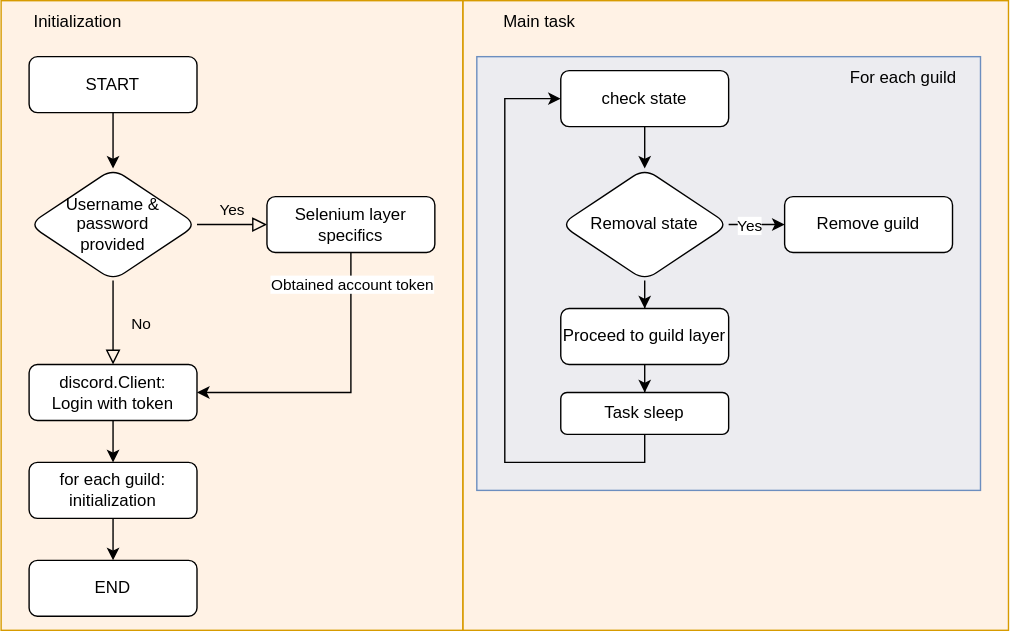
This is docs/thesis/images/daf-account-layer-flowchart.svg from davidhozic/discord-advertisement-framework, a draw.io export, as it was before one commit. Source tidied: cells renumbered, new cells last; positions are measured from the earlier drawing's top-left corner, leaving out a move shared by most shapes.
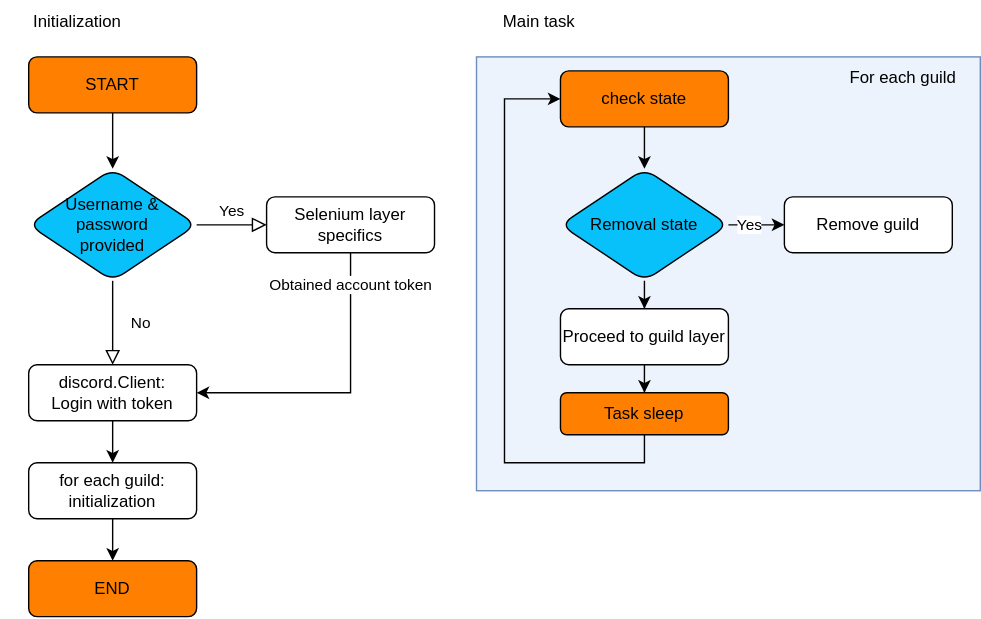
After the change.

Commit message:
message layer

Change to the diagram source:
```diff
@@ -2,16 +2,10 @@
   <root>
     <mxCell id="0" />
     <mxCell id="1" parent="0" />
-    <mxCell id="2" style="rounded=0;whiteSpace=wrap;html=1;fillOpacity=50;align=left;fillColor=#ffe6cc;strokeColor=#d79b00;" parent="1" vertex="1">
-      <mxGeometry x="330" width="390" height="450" as="geometry" />
-    </mxCell>
-    <mxCell id="3" style="rounded=0;whiteSpace=wrap;html=1;fillOpacity=50;align=left;fillColor=#ffe6cc;strokeColor=#d79b00;" parent="1" vertex="1">
-      <mxGeometry width="330" height="450" as="geometry" />
-    </mxCell>
     <mxCell id="4" style="edgeStyle=orthogonalEdgeStyle;rounded=0;jettySize=auto;html=1;exitX=0.5;exitY=1;exitDx=0;exitDy=0;entryX=0.5;entryY=0;entryDx=0;entryDy=0;" parent="1" edge="1" source="5" target="16">
       <mxGeometry relative="1" as="geometry" />
     </mxCell>
-    <mxCell id="5" value="START" style="rounded=1;whiteSpace=wrap;html=1;fontSize=12;glass=0;strokeWidth=1;shadow=0;" parent="1" vertex="1">
+    <mxCell id="5" value="START" style="rounded=1;whiteSpace=wrap;html=1;fontSize=12;glass=0;strokeWidth=1;shadow=0;fillColor=#FF8000;" parent="1" vertex="1">
       <mxGeometry x="20" y="40" width="120" height="40" as="geometry" />
     </mxCell>
     <mxCell id="6" value="No" style="rounded=0;html=1;jettySize=auto;fontSize=11;endArrow=block;endFill=0;endSize=8;strokeWidth=1;shadow=0;labelBackgroundColor=none;edgeStyle=orthogonalEdgeStyle;entryX=0.5;entryY=0;entryDx=0;entryDy=0;exitX=0.5;exitY=1;exitDx=0;exitDy=0;" parent="1" edge="1" source="16" target="12">
@@ -55,7 +49,7 @@
         <mxPoint x="390" y="130" as="targetPoint" />
       </mxGeometry>
     </mxCell>
-    <mxCell id="16" value="&lt;font style=&quot;font-size: 12px;&quot;&gt;Username &amp;amp; password&lt;br&gt;provided&lt;/font&gt;" style="rhombus;whiteSpace=wrap;html=1;rounded=1;glass=0;strokeWidth=1;shadow=0;" parent="1" vertex="1">
+    <mxCell id="16" value="&lt;font style=&quot;font-size: 12px;&quot;&gt;Username &amp;amp; password&lt;br&gt;provided&lt;/font&gt;" style="rhombus;whiteSpace=wrap;html=1;rounded=1;glass=0;strokeWidth=1;shadow=0;fillColor=#08C1FA;" parent="1" vertex="1">
       <mxGeometry x="20" y="120" width="120" height="80" as="geometry" />
     </mxCell>
     <mxCell id="17" style="rounded=0;whiteSpace=wrap;html=1;fillOpacity=50;align=left;fillColor=#dae8fc;strokeColor=#6c8ebf;" parent="1" vertex="1">
@@ -64,7 +58,7 @@
     <mxCell id="18" style="edgeStyle=orthogonalEdgeStyle;rounded=0;jettySize=auto;html=1;" parent="1" edge="1" source="19" target="23">
       <mxGeometry relative="1" as="geometry" />
     </mxCell>
-    <mxCell id="19" value="check state" style="whiteSpace=wrap;html=1;rounded=1;glass=0;strokeWidth=1;shadow=0;" parent="1" vertex="1">
+    <mxCell id="19" value="check state" style="whiteSpace=wrap;html=1;rounded=1;glass=0;strokeWidth=1;shadow=0;fillColor=#FF8000;" parent="1" vertex="1">
       <mxGeometry x="400" y="50" width="120" height="40" as="geometry" />
     </mxCell>
     <mxCell id="20" style="edgeStyle=orthogonalEdgeStyle;rounded=0;jettySize=auto;html=1;" parent="1" edge="1" source="23" target="24">
@@ -76,7 +70,7 @@
     <mxCell id="22" style="edgeStyle=orthogonalEdgeStyle;rounded=0;jettySize=auto;html=1;" parent="1" edge="1" source="23" target="26">
       <mxGeometry relative="1" as="geometry" />
     </mxCell>
-    <mxCell id="23" value="Removal state" style="rhombus;whiteSpace=wrap;html=1;rounded=1;glass=0;strokeWidth=1;shadow=0;" parent="1" vertex="1">
+    <mxCell id="23" value="Removal state" style="rhombus;whiteSpace=wrap;html=1;rounded=1;glass=0;strokeWidth=1;shadow=0;fillColor=#08C1FA;" parent="1" vertex="1">
       <mxGeometry x="400" y="120" width="120" height="80" as="geometry" />
     </mxCell>
     <mxCell id="24" value="Remove guild" style="whiteSpace=wrap;html=1;rounded=1;glass=0;strokeWidth=1;shadow=0;" parent="1" vertex="1">
@@ -97,7 +91,7 @@
         </Array>
       </mxGeometry>
     </mxCell>
-    <mxCell id="28" value="Task sleep" style="whiteSpace=wrap;html=1;rounded=1;glass=0;strokeWidth=1;shadow=0;" parent="1" vertex="1">
+    <mxCell id="28" value="Task sleep" style="whiteSpace=wrap;html=1;rounded=1;glass=0;strokeWidth=1;shadow=0;fillColor=#FF8000;" parent="1" vertex="1">
       <mxGeometry x="400" y="280" width="120" height="30" as="geometry" />
     </mxCell>
     <mxCell id="29" style="edgeStyle=orthogonalEdgeStyle;rounded=0;orthogonalLoop=1;jettySize=auto;html=1;exitX=0.5;exitY=1;exitDx=0;exitDy=0;" parent="1" edge="1" source="24" target="24">
@@ -106,7 +100,7 @@
     <mxCell id="30" value="For each guild" style="text;html=1;strokeColor=none;fillColor=none;align=center;verticalAlign=middle;whiteSpace=wrap;rounded=0;" parent="1" vertex="1">
       <mxGeometry x="590" y="40" width="110" height="30" as="geometry" />
     </mxCell>
-    <mxCell id="31" value="END" style="whiteSpace=wrap;html=1;rounded=1;glass=0;strokeWidth=1;shadow=0;" parent="1" vertex="1">
+    <mxCell id="31" value="END" style="whiteSpace=wrap;html=1;rounded=1;glass=0;strokeWidth=1;shadow=0;fillColor=#FF8000;" parent="1" vertex="1">
       <mxGeometry x="20" y="400" width="120" height="40" as="geometry" />
     </mxCell>
     <mxCell id="32" value="Initialization" style="text;html=1;strokeColor=none;fillColor=none;align=center;verticalAlign=middle;whiteSpace=wrap;rounded=0;" parent="1" vertex="1">
```
